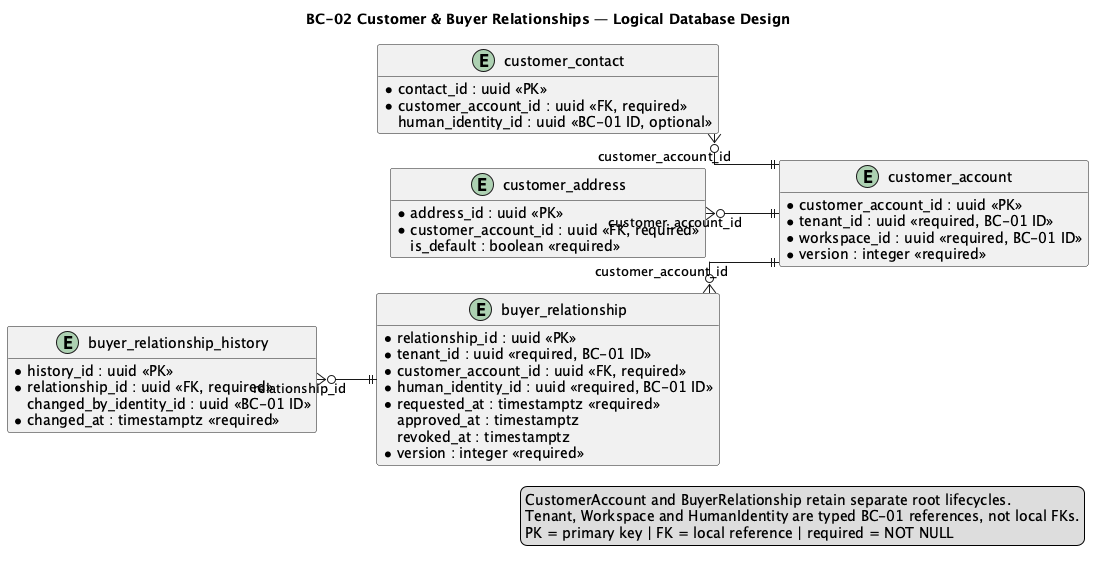
Before: report/assets/chapter-2/tactical/BC-02/database-diagram.png, a diagram exported from PlantUML (nexa-suite/mobile-report). Source of this version:
```plantuml
@startuml
title BC-02 Customer & Buyer Relationships — Logical Database Design
left to right direction
hide methods
skinparam shadowing false
skinparam linetype ortho
skinparam entity {
  BackgroundColor #F8FAFC
  BorderColor #334155
  FontColor #0F172A
}

entity "customer_account" as customer_account {
  * customer_account_id : uuid <<PK>>
  * tenant_id : uuid <<required, BC-01 ID>>
  * workspace_id : uuid <<required, BC-01 ID>>
  * legal_name : varchar(200) <<required>>
    tax_identifier : varchar(80)
  * status : varchar(32) <<required>>
  * version : integer <<required>>
}

entity "customer_contact" as customer_contact {
  * contact_id : uuid <<PK>>
  * customer_account_id : uuid <<FK, required>>
    human_identity_id : uuid <<BC-01 ID, optional>>
  * role : varchar(32) <<required>>
  * status : varchar(32) <<required>>
}

entity "customer_address" as customer_address {
  * address_id : uuid <<PK>>
  * customer_account_id : uuid <<FK, required>>
  * kind : varchar(32) <<required>>
  * line1 : varchar(240) <<required>>
    locality : varchar(120)
    recipient_name : varchar(200)
    is_default : boolean <<required>>
}

entity "buyer_relationship" as buyer_relationship {
  * relationship_id : uuid <<PK>>
  * tenant_id : uuid <<required, BC-01 ID>>
  * customer_account_id : uuid <<FK, required>>
  * human_identity_id : uuid <<required, BC-01 ID>>
  * status : varchar(32) <<required>>
  * requested_at : timestamptz <<required>>
    approved_at : timestamptz
    revoked_at : timestamptz
  * version : integer <<required>>
}

entity "buyer_relationship_history" as relationship_history {
  * history_id : uuid <<PK>>
  * relationship_id : uuid <<FK, required>>
    from_status : varchar(32)
  * to_status : varchar(32) <<required>>
    changed_by_identity_id : uuid <<BC-01 ID>>
  * changed_at : timestamptz <<required>>
}

customer_contact }o--|| customer_account : customer_account_id
customer_address }o--|| customer_account : customer_account_id
buyer_relationship }o--|| customer_account : customer_account_id
relationship_history }o--|| buyer_relationship : relationship_id

legend right
CustomerAccount and BuyerRelationship retain separate root lifecycles.
Tenant, Workspace and HumanIdentity are typed BC-01 references, not local FKs.
PK = primary key | FK = local reference | required = NOT NULL
endlegend
@enduml
```
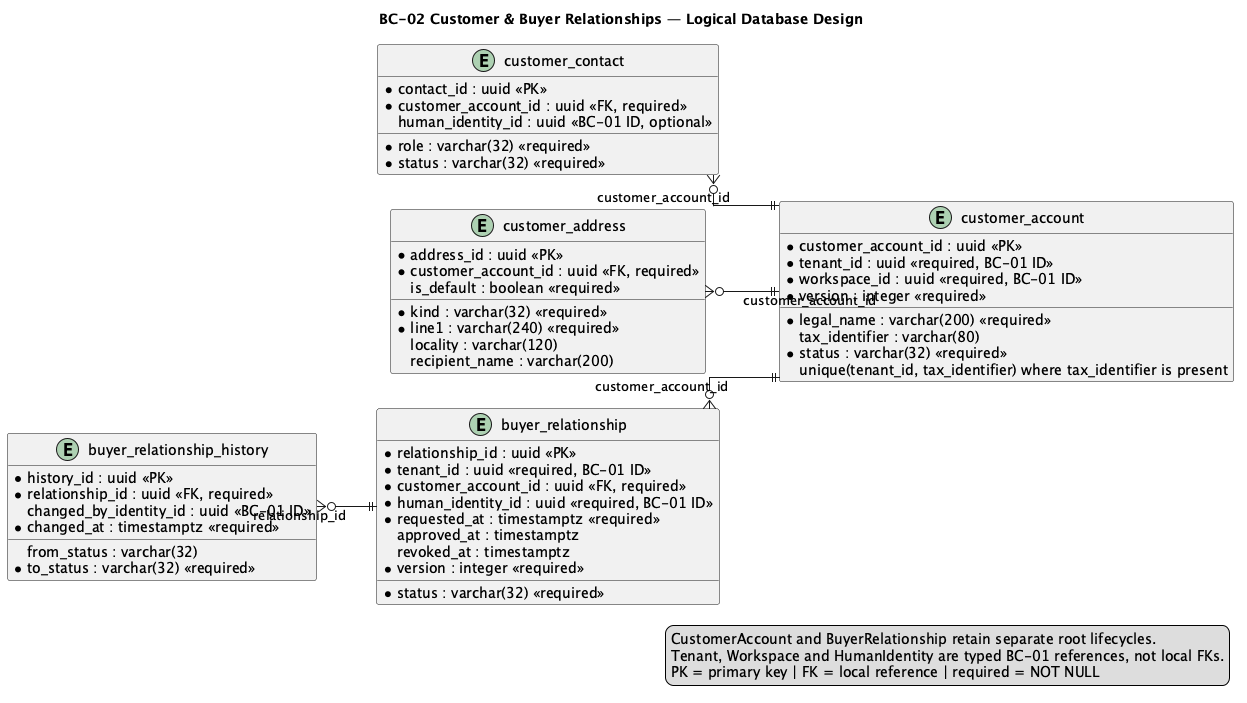
The same diagram one commit later.

What changed in the source:
```diff
@@ -1,7 +1,6 @@
 @startuml
 title BC-02 Customer & Buyer Relationships — Logical Database Design
 left to right direction
-hide methods
 skinparam shadowing false
 skinparam linetype ortho
 skinparam entity {
@@ -18,6 +17,7 @@
     tax_identifier : varchar(80)
   * status : varchar(32) <<required>>
   * version : integer <<required>>
+    unique(tenant_id, tax_identifier) where tax_identifier is present
 }
 
 entity "customer_contact" as customer_contact {
```
